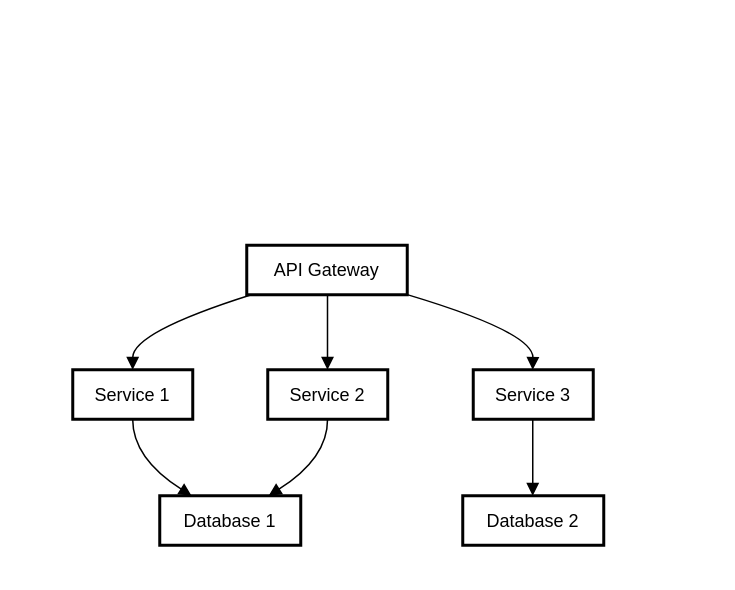
Before: Untitled Diagram.drawio in amalmadhu06/go-grpc-microservices, a draw.io diagram. Source tidied: cells renumbered, new cells numbered last; positions are measured from the earlier drawing's top-left corner, leaving out a move shared by most shapes. Both pictures are drawn from the tidied source at 150%, with x=0, y=0 at pixel (72, 244).
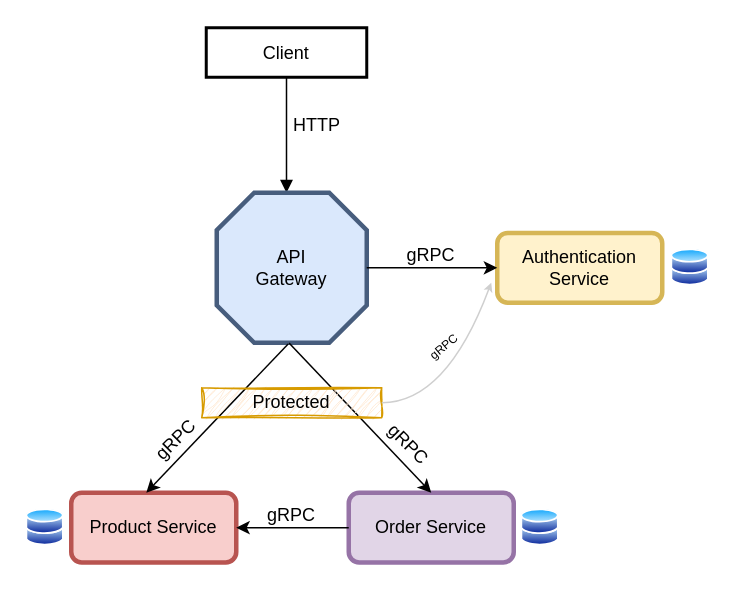
The same page after the edit.

What changed in the source:
```diff
@@
+    <mxCell id="14" value="Authentication Service" style="whiteSpace=wrap;strokeWidth=3;fillColor=#fff2cc;strokeColor=#d6b656;rounded=1;" parent="1" vertex="1">
+      <mxGeometry x="283" y="-8.2" width="110" height="46.5" as="geometry" />
+    </mxCell>
+    <mxCell id="15" value="Client" style="whiteSpace=wrap;strokeWidth=2;" parent="1" vertex="1">
+      <mxGeometry x="89" y="-145" width="107" height="33" as="geometry" />
+    </mxCell>
+    <mxCell id="16" style="curved=1;startArrow=none;endArrow=block;exitX=0.5;exitY=1;exitDx=0;exitDy=0;entryX=0.5;entryY=0;entryDx=0;entryDy=0;" parent="1" edge="1" source="15">
+      <mxGeometry relative="1" as="geometry">
+        <mxPoint x="142.5" y="-35" as="targetPoint" />
+      </mxGeometry>
+    </mxCell>
+    <mxCell id="17" value="HTTP" style="text;strokeColor=none;align=center;fillColor=none;html=1;verticalAlign=middle;whiteSpace=wrap;rounded=0;" parent="1" vertex="1">
+      <mxGeometry x="133" y="-95" width="60" height="30" as="geometry" />
+    </mxCell>
+    <mxCell id="18" style="verticalLabelPosition=bottom;verticalAlign=top;html=1;shape=mxgraph.basic.polygon;polyCoords=[[0.25,0],[0.75,0],[1,0.25],[1,0.75],[0.75,1],[0.25,1],[0,0.75],[0,0.25]];polyline=0;fillColor=#dae8fc;strokeColor=#475D7D;strokeWidth=3;" parent="1" vertex="1">
+      <mxGeometry x="96" y="-35" width="100" height="100" as="geometry" />
+    </mxCell>
+    <mxCell id="19" style="endArrow=classic;html=1;rounded=0;entryX=0;entryY=0.5;entryDx=0;entryDy=0;" parent="1" edge="1" source="18" target="14">
+      <mxGeometry relative="1" as="geometry" />
+    </mxCell>
+    <mxCell id="20" value="gRPC" style="text;strokeColor=none;align=center;fillColor=none;html=1;verticalAlign=middle;whiteSpace=wrap;rounded=0;" parent="1" vertex="1">
+      <mxGeometry x="209" y="-8.2" width="60" height="30" as="geometry" />
+    </mxCell>
+    <mxCell id="21" value="Product Service" style="whiteSpace=wrap;strokeWidth=3;fillColor=#f8cecc;strokeColor=#b85450;rounded=1;glass=0;" parent="1" vertex="1">
+      <mxGeometry x="-1" y="165" width="110" height="46.5" as="geometry" />
+    </mxCell>
+    <mxCell id="22" value="Order Service" style="whiteSpace=wrap;strokeWidth=3;fillColor=#e1d5e7;strokeColor=#9673a6;rounded=1;" parent="1" vertex="1">
+      <mxGeometry x="184" y="165" width="110" height="46.5" as="geometry" />
+    </mxCell>
+    <mxCell id="23" style="endArrow=classic;html=1;rounded=0;exitX=0.476;exitY=1.008;exitDx=0;exitDy=0;exitPerimeter=0;entryX=0.455;entryY=0;entryDx=0;entryDy=0;entryPerimeter=0;" parent="1" edge="1" source="18" target="21">
+      <mxGeometry relative="1" as="geometry" />
+    </mxCell>
+    <mxCell id="24" style="endArrow=classic;html=1;rounded=0;exitX=0.482;exitY=1.001;exitDx=0;exitDy=0;exitPerimeter=0;entryX=0.5;entryY=0;entryDx=0;entryDy=0;" parent="1" edge="1" source="18" target="22">
+      <mxGeometry relative="1" as="geometry" />
+    </mxCell>
+    <mxCell id="25" value="Protected" style="rounded=0;whiteSpace=wrap;html=1;fillColor=#ffe6cc;strokeColor=#d79b00;sketch=1;curveFitting=1;jiggle=2;" parent="1" vertex="1">
+      <mxGeometry x="86" y="95" width="120" height="20" as="geometry" />
+    </mxCell>
+    <mxCell id="26" style="endArrow=classic;html=1;rounded=0;exitX=0;exitY=0.5;exitDx=0;exitDy=0;entryX=1;entryY=0.5;entryDx=0;entryDy=0;" parent="1" edge="1" source="22" target="21">
+      <mxGeometry relative="1" as="geometry" />
+    </mxCell>
+    <mxCell id="27" value="gRPC" style="text;strokeColor=none;align=center;fillColor=none;html=1;verticalAlign=middle;whiteSpace=wrap;rounded=0;" parent="1" vertex="1">
+      <mxGeometry x="116" y="165" width="60" height="30" as="geometry" />
+    </mxCell>
+    <mxCell id="28" value="gRPC" style="text;strokeColor=none;align=center;fillColor=none;html=1;verticalAlign=middle;whiteSpace=wrap;rounded=0;rotation=-45;" parent="1" vertex="1">
+      <mxGeometry x="39" y="115" width="60" height="30" as="geometry" />
+    </mxCell>
+    <mxCell id="29" value="gRPC" style="text;strokeColor=none;align=center;fillColor=none;html=1;verticalAlign=middle;whiteSpace=wrap;rounded=0;rotation=45;" parent="1" vertex="1">
+      <mxGeometry x="194" y="118" width="60" height="30" as="geometry" />
+    </mxCell>
-    <mxCell id="2" value="API Gateway" style="whiteSpace=wrap;strokeWidth=2;" parent="1" vertex="1">
-      <mxGeometry x="116" width="107" height="33" as="geometry" />
+    <mxCell id="2" value="API Gateway" style="text;strokeColor=none;align=center;fillColor=none;html=1;verticalAlign=middle;whiteSpace=wrap;rounded=0;" parent="1" vertex="1">
+      <mxGeometry x="116" width="60" height="30" as="geometry" />
     </mxCell>
-    <mxCell id="3" value="Service 1" style="whiteSpace=wrap;strokeWidth=2;" parent="1" vertex="1">
-      <mxGeometry y="83" width="80" height="33" as="geometry" />
-    </mxCell>
-    <mxCell id="4" value="Service 2" style="whiteSpace=wrap;strokeWidth=2;" parent="1" vertex="1">
-      <mxGeometry x="130" y="83" width="80" height="33" as="geometry" />
-    </mxCell>
-    <mxCell id="5" value="Service 3" style="whiteSpace=wrap;strokeWidth=2;" parent="1" vertex="1">
-      <mxGeometry x="267" y="83" width="80" height="33" as="geometry" />
-    </mxCell>
-    <mxCell id="6" value="Database 1" style="whiteSpace=wrap;strokeWidth=2;" parent="1" vertex="1">
-      <mxGeometry x="58" y="167" width="94" height="33" as="geometry" />
-    </mxCell>
-    <mxCell id="7" value="Database 2" style="whiteSpace=wrap;strokeWidth=2;" parent="1" vertex="1">
-      <mxGeometry x="260" y="167" width="94" height="33" as="geometry" />
-    </mxCell>
-    <mxCell id="8" style="curved=1;startArrow=none;endArrow=block;exitX=0.017081290603908672;exitY=1.0121212583599668;entryX=0.4993750095367432;entryY=0.012121258359966856;" parent="1" edge="1" source="2" target="3">
-      <mxGeometry relative="1" as="geometry">
-        <Array as="points">
-          <mxPoint x="40" y="58" />
-        </Array>
-      </mxGeometry>
-    </mxCell>
-    <mxCell id="9" style="curved=1;startArrow=none;endArrow=block;exitX=0.503271049428209;exitY=1.0121212583599668;entryX=0.4981250286102295;entryY=0.012121258359966856;" parent="1" edge="1" source="2" target="4">
-      <mxGeometry relative="1" as="geometry" />
-    </mxCell>
-    <mxCell id="10" style="curved=1;startArrow=none;endArrow=block;exitX=1.0025336007091488;exitY=0.9994944903214978;entryX=0.49570317268371583;entryY=0.012121258359966856;" parent="1" edge="1" source="2" target="5">
-      <mxGeometry relative="1" as="geometry">
-        <Array as="points">
-          <mxPoint x="307" y="58" />
-        </Array>
-      </mxGeometry>
-    </mxCell>
-    <mxCell id="11" style="curved=1;startArrow=none;endArrow=block;exitX=0.4993750095367432;exitY=1.0242425167199336;entryX=0.22222180243381745;entryY=-0.006060513583096591;" parent="1" edge="1" source="3" target="6">
-      <mxGeometry relative="1" as="geometry">
-        <Array as="points">
-          <mxPoint x="40" y="142" />
-        </Array>
-      </mxGeometry>
-    </mxCell>
-    <mxCell id="12" style="curved=1;startArrow=none;endArrow=block;exitX=0.4981250286102295;exitY=1.0242425167199336;entryX=0.7756505704572233;entryY=-0.006060513583096591;" parent="1" edge="1" source="4" target="6">
-      <mxGeometry relative="1" as="geometry">
-        <Array as="points">
-          <mxPoint x="170" y="142" />
-        </Array>
-      </mxGeometry>
-    </mxCell>
-    <mxCell id="13" style="curved=1;startArrow=none;endArrow=block;exitX=0.49570317268371583;exitY=1.0242425167199336;entryX=0.49634312568826877;entryY=-0.006060513583096591;" parent="1" edge="1" source="5" target="7">
-      <mxGeometry relative="1" as="geometry" />
-    </mxCell>
+    <mxCell id="30" style="image;perimeter=ellipsePerimeter;html=1;align=center;shadow=0;dashed=0;spacingTop=3;image=img/lib/active_directory/databases.svg;" parent="1" vertex="1">
+      <mxGeometry x="399" y="2.5" width="25.5" height="25" as="geometry" />
+    </mxCell>
+    <mxCell id="31" style="image;perimeter=ellipsePerimeter;html=1;align=center;shadow=0;dashed=0;spacingTop=3;image=img/lib/active_directory/databases.svg;" parent="1" vertex="1">
+      <mxGeometry x="299" y="175.8" width="25.5" height="25" as="geometry" />
+    </mxCell>
+    <mxCell id="32" style="image;perimeter=ellipsePerimeter;html=1;align=center;shadow=0;dashed=0;spacingTop=3;image=img/lib/active_directory/databases.svg;" parent="1" vertex="1">
+      <mxGeometry x="-31" y="175.8" width="25.5" height="25" as="geometry" />
+    </mxCell>
+    <mxCell id="33" style="curved=1;endArrow=classic;html=1;rounded=0;fillColor=#f5f5f5;strokeColor=#CFCFCF;shadow=0;endSize=3;startSize=0;" parent="1" edge="1">
+      <mxGeometry relative="1" as="geometry">
+        <mxPoint x="206" y="105" as="sourcePoint" />
+        <mxPoint x="279" y="25" as="targetPoint" />
+        <Array as="points">
+          <mxPoint x="249" y="105" />
+        </Array>
+      </mxGeometry>
+    </mxCell>
+    <mxCell id="34" value="&lt;font style=&quot;font-size: 8px;&quot;&gt;gRPC&lt;/font&gt;" style="text;strokeColor=none;align=center;fillColor=none;html=1;verticalAlign=middle;whiteSpace=wrap;rounded=0;rotation=-40;" parent="1" vertex="1">
+      <mxGeometry x="229" y="57" width="36" height="20" as="geometry" />
+    </mxCell>
```
